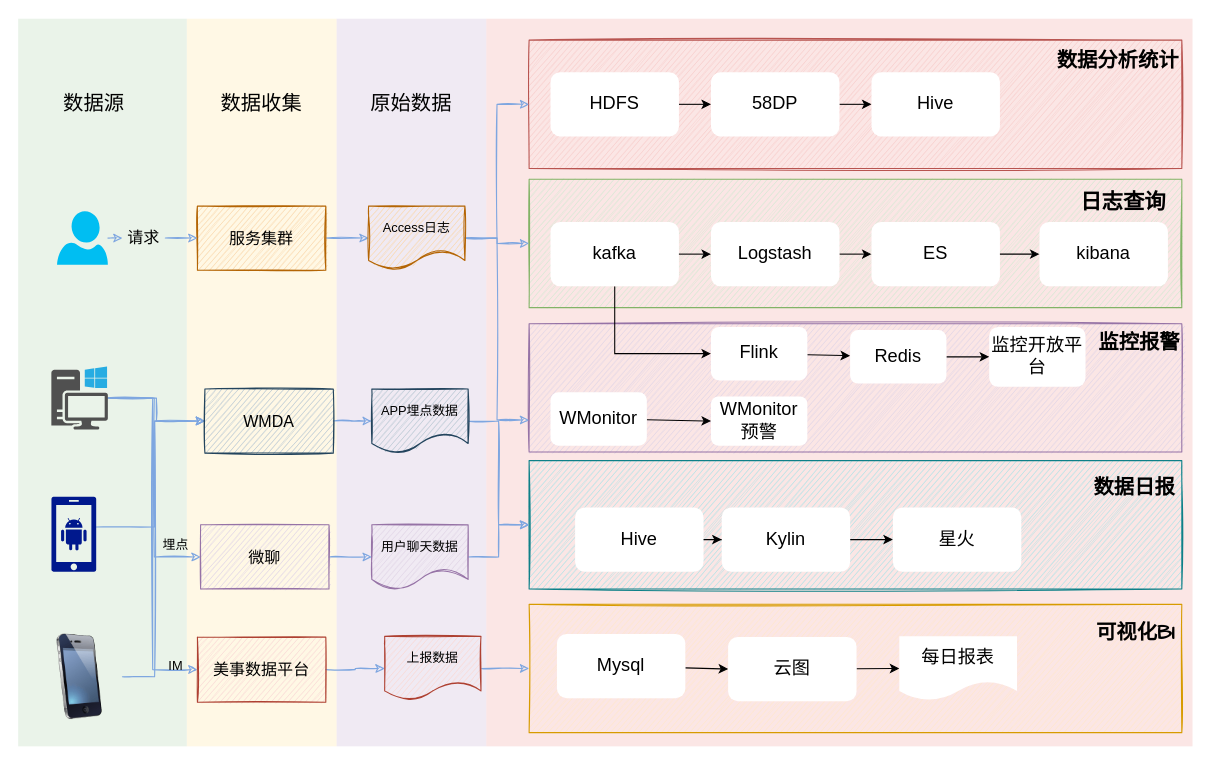
The draw.io diagram page "Page-2" (2 of 12) of shuzhi.drawio in nullbull/uml, before the edit. Source tidied: cells renumbered, new cells numbered last; positions are measured from the earlier drawing's top-left corner, leaving out a move shared by most shapes. Both pictures are drawn from the tidied source at 107%, with x=0, y=0 at pixel (18, 18).
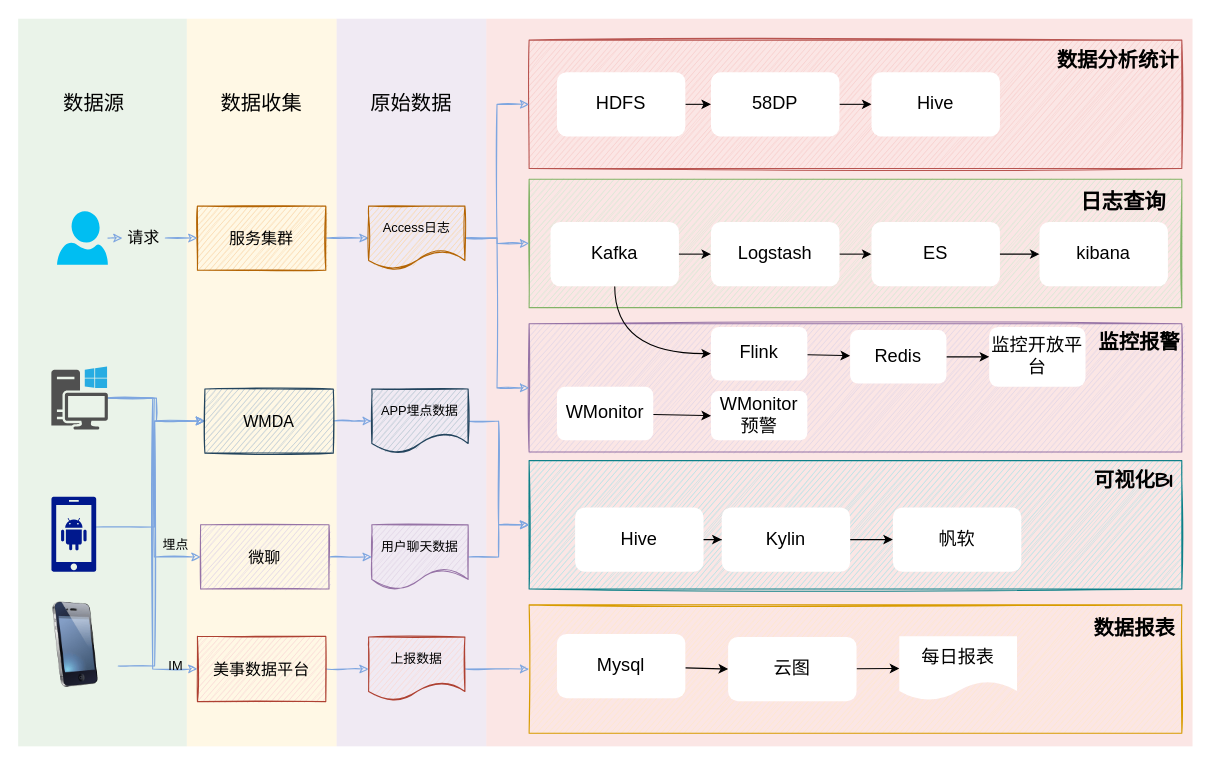
The same diagram, later.

Unchanged cells that the change refers to:
```xml
<mxCell id="7" style="rounded=0;whiteSpace=wrap;html=1;sketch=1;fillColor=#e1d5e7;strokeColor=#9673a6;fontSize=17;" parent="1" vertex="1">
  <mxGeometry x="477" y="285" width="610" height="120" as="geometry" />
</mxCell>
<mxCell id="44" value="WMDA" style="rounded=0;whiteSpace=wrap;html=1;sketch=1;strokeColor=#23445d;shadow=0;fontSize=15;fillColor=#bac8d3;" parent="1" vertex="1">
  <mxGeometry x="174" y="346" width="120" height="60" as="geometry" />
</mxCell>
<mxCell id="59" value="Access日志" style="shape=document;whiteSpace=wrap;html=1;boundedLbl=1;sketch=1;fillColor=#FAD7AC;strokeColor=#B46504;" parent="1" vertex="1">
  <mxGeometry x="327" y="175" width="90" height="60" as="geometry" />
</mxCell>
<mxCell id="71" value="Flink" style="rounded=1;whiteSpace=wrap;html=1;fontSize=17;strokeColor=none;" parent="1" vertex="1">
  <mxGeometry x="647" y="288" width="90" height="50" as="geometry" />
</mxCell>
```

Change to the diagram source:
```diff
@@
     <mxCell id="6" style="rounded=0;whiteSpace=wrap;html=1;sketch=1;fillColor=#ffe6cc;strokeColor=#d79b00;fontSize=17;" parent="1" vertex="1">
-      <mxGeometry x="477" y="547.2" width="610" height="120" as="geometry" />
+      <mxGeometry x="477" y="547.8" width="610" height="120" as="geometry" />
     </mxCell>
@@
-    <mxCell id="12" style="rounded=0;sketch=0;jettySize=auto;html=1;entryX=0;entryY=0.5;entryDx=0;entryDy=0;exitX=0.5;exitY=1;exitDx=0;exitDy=0;fontSize=17;" parent="1" edge="1" source="13" target="71">
-      <mxGeometry relative="1" as="geometry">
-        <Array as="points">
-          <mxPoint x="557" y="313" />
-          <mxPoint x="617" y="313" />
-        </Array>
-      </mxGeometry>
+    <mxCell id="12" style="rounded=0;sketch=0;jettySize=auto;html=1;entryX=0;entryY=0.5;entryDx=0;entryDy=0;exitX=0.5;exitY=1;exitDx=0;exitDy=0;fontSize=17;edgeStyle=orthogonalEdgeStyle;curved=1;" parent="1" edge="1" source="13" target="71">
+      <mxGeometry relative="1" as="geometry" />
     </mxCell>
-    <mxCell id="13" value="kafka" style="rounded=1;whiteSpace=wrap;html=1;fontSize=17;strokeColor=none;" parent="1" vertex="1">
+    <mxCell id="13" value="Kafka" style="rounded=1;whiteSpace=wrap;html=1;fontSize=17;strokeColor=none;" parent="1" vertex="1">
       <mxGeometry x="497" y="190" width="120" height="60" as="geometry" />
     </mxCell>
@@
     <mxCell id="15" value="HDFS" style="rounded=1;whiteSpace=wrap;html=1;fontSize=17;strokeColor=none;" parent="1" vertex="1">
-      <mxGeometry x="497" y="50" width="120" height="60" as="geometry" />
+      <mxGeometry x="503" y="50" width="120" height="60" as="geometry" />
     </mxCell>
@@
     <mxCell id="17" value="WMonitor" style="rounded=1;whiteSpace=wrap;html=1;fontSize=17;strokeColor=none;" parent="1" vertex="1">
-      <mxGeometry x="497" y="349" width="90" height="50" as="geometry" />
+      <mxGeometry x="503" y="344" width="90" height="50" as="geometry" />
     </mxCell>
@@
     <mxCell id="23" value="WMonitor预警" style="rounded=1;whiteSpace=wrap;html=1;fontSize=17;strokeColor=none;" parent="1" vertex="1">
-      <mxGeometry x="647" y="353" width="90" height="46" as="geometry" />
+      <mxGeometry x="647" y="348" width="90" height="46" as="geometry" />
     </mxCell>
@@
-    <mxCell id="39" style="edgeStyle=orthogonalEdgeStyle;rounded=0;sketch=1;jettySize=auto;html=1;entryX=0;entryY=0.5;entryDx=0;entryDy=0;strokeColor=#7EA6E0;" parent="1" edge="1" source="40" target="44">
+    <mxCell id="39" style="edgeStyle=orthogonalEdgeStyle;rounded=0;sketch=1;jettySize=auto;html=1;entryX=0;entryY=0.5;entryDx=0;entryDy=0;strokeColor=#7EA6E0;exitX=1;exitY=0.75;exitDx=0;exitDy=0;" parent="1" edge="1" source="40" target="44">
       <mxGeometry relative="1" as="geometry">
         <Array as="points">
-          <mxPoint x="127" y="615" />
+          <mxPoint x="127" y="605" />
           <mxPoint x="127" y="376" />
         </Array>
       </mxGeometry>
     </mxCell>
     <mxCell id="40" style="image;html=1;image=img/lib/clip_art/telecommunication/iPhone_128x128.png;sketch=0;strokeColor=#000000;fontSize=15;" parent="1" vertex="1">
-      <mxGeometry x="16.9" y="575" width="80" height="80" as="geometry" />
+      <mxGeometry x="13" y="545" width="80" height="80" as="geometry" />
     </mxCell>
@@
     <mxCell id="42" value="美事数据平台" style="rounded=0;whiteSpace=wrap;html=1;sketch=1;strokeColor=#ae4132;shadow=0;fontSize=15;fillColor=#fad9d5;" parent="1" vertex="1">
-      <mxGeometry x="167" y="577.8" width="120" height="61" as="geometry" />
+      <mxGeometry x="167" y="577.2" width="120" height="61" as="geometry" />
     </mxCell>
@@
-    <mxCell id="52" value="数据日报" style="text;html=1;strokeColor=none;fillColor=none;align=center;verticalAlign=middle;whiteSpace=wrap;rounded=0;shadow=0;sketch=0;fontFamily=Comic Sans MS;fontSize=19;fontStyle=1;" parent="1" vertex="1">
-      <mxGeometry x="999" y="429.5" width="88" height="20" as="geometry" />
+    <mxCell id="52" value="数据报表" style="text;html=1;strokeColor=none;fillColor=none;align=center;verticalAlign=middle;whiteSpace=wrap;rounded=0;shadow=0;sketch=0;fontFamily=Comic Sans MS;fontSize=19;fontStyle=1;" parent="1" vertex="1">
+      <mxGeometry x="999" y="561" width="88" height="20" as="geometry" />
     </mxCell>
     <mxCell id="53" value="可视化BI" style="text;html=1;strokeColor=none;fillColor=none;align=center;verticalAlign=middle;whiteSpace=wrap;rounded=0;shadow=0;sketch=0;fontFamily=Comic Sans MS;fontSize=19;fontStyle=1;" parent="1" vertex="1">
-      <mxGeometry x="999" y="565" width="90" height="20" as="geometry" />
+      <mxGeometry x="997" y="423" width="90" height="20" as="geometry" />
     </mxCell>
@@
-    <mxCell id="58" style="edgeStyle=orthogonalEdgeStyle;rounded=0;sketch=1;jettySize=auto;html=1;entryX=0;entryY=0.75;entryDx=0;entryDy=0;strokeColor=#7EA6E0;" parent="1" edge="1" source="59" target="7">
+    <mxCell id="58" style="edgeStyle=orthogonalEdgeStyle;rounded=0;sketch=1;jettySize=auto;html=1;entryX=0;entryY=0.5;entryDx=0;entryDy=0;strokeColor=#7EA6E0;" parent="1" edge="1" source="59" target="7">
       <mxGeometry relative="1" as="geometry" />
     </mxCell>
@@
     <mxCell id="69" value="上报数据" style="shape=document;whiteSpace=wrap;html=1;boundedLbl=1;sketch=1;fillColor=#FAD9D5;strokeColor=#AE4132;" parent="1" vertex="1">
-      <mxGeometry x="342" y="577.2" width="90" height="60" as="geometry" />
+      <mxGeometry x="327" y="577.8" width="90" height="60" as="geometry" />
     </mxCell>
@@
-    <mxCell id="82" value="星火" style="rounded=1;whiteSpace=wrap;html=1;sketch=0;fontSize=17;strokeColor=none;" parent="1" vertex="1">
+    <mxCell id="82" value="帆软" style="rounded=1;whiteSpace=wrap;html=1;sketch=0;fontSize=17;strokeColor=none;" parent="1" vertex="1">
       <mxGeometry x="817" y="456.8" width="120" height="60" as="geometry" />
     </mxCell>
```
